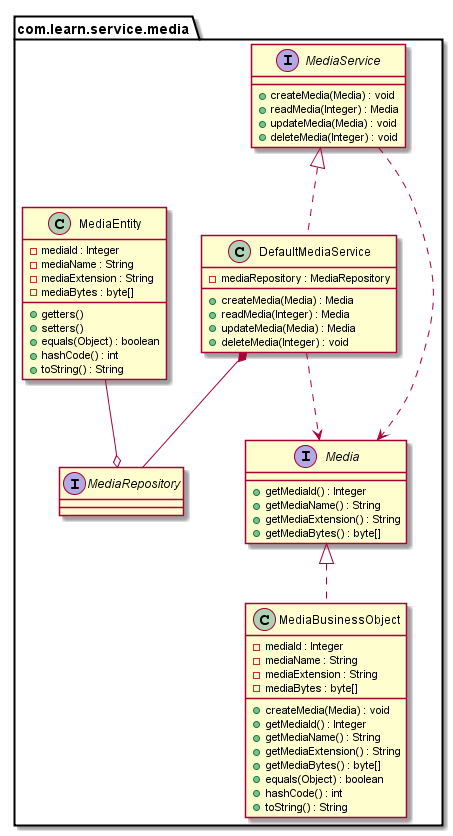
This is src/main/resources/pic/MediaServiceClassDiagram.png from gabrianoo/prepare-your-self, a PlantUML export, as it was before one commit.
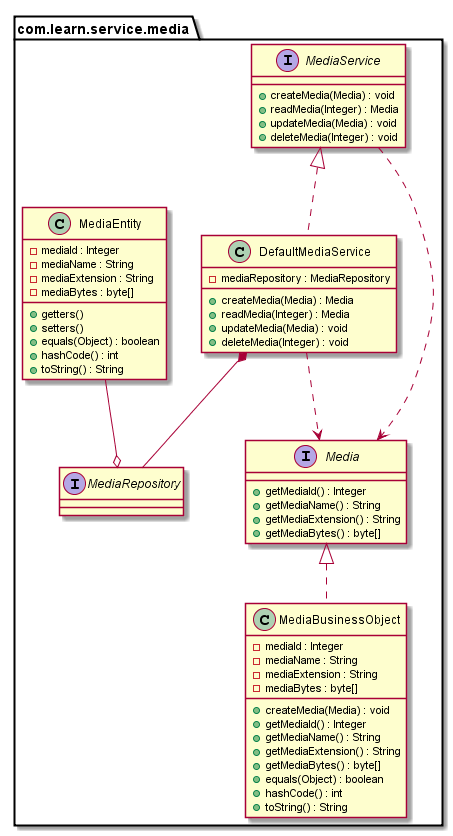
Above is the later version.

Commit message:
Rolled back the user and media update to return void and updated the coresponding files

Change to the diagram source:
```diff
@@ -22,7 +22,7 @@
         - mediaRepository : MediaRepository
         + createMedia(Media) : Media
         + readMedia(Integer) : Media
-        + updateMedia(Media) : Media
+        + updateMedia(Media) : void
         + deleteMedia(Integer) : void
     }
     DefaultMediaService *-- MediaRepository
```
